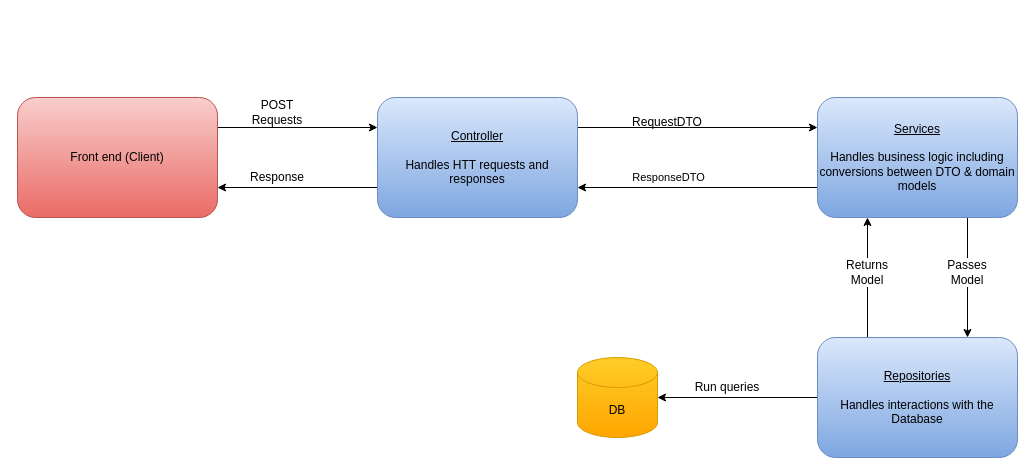
sourendra/patient-management keeps this draw.io diagram as patient-service/patient-service.drawio. Above is the earlier version. Source tidied: cells renumbered, new cells numbered last; positions are measured from the earlier drawing's top-left corner, leaving out a move shared by most shapes. Both pictures are drawn from the tidied source at 100%, with x=0, y=0 at pixel (17, 97).
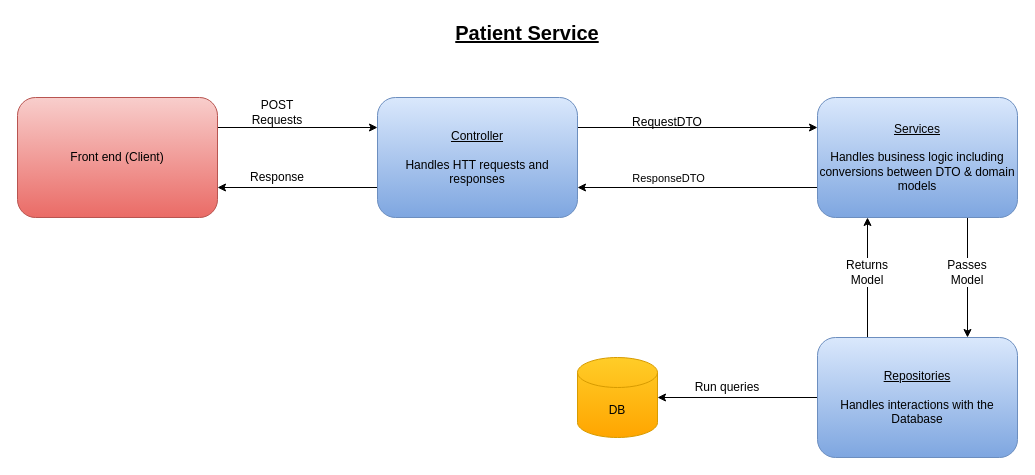
The same page after the edit.

The edit, as a diff of the source:
```diff
@@
+    <mxCell id="21" value="Patient Service" style="text;html=1;whiteSpace=wrap;strokeColor=none;fillColor=none;align=center;verticalAlign=middle;rounded=0;fontSize=20;fontStyle=5;" parent="1" vertex="1">
+      <mxGeometry x="420" y="-80" width="180" height="30" as="geometry" />
+    </mxCell>
```
